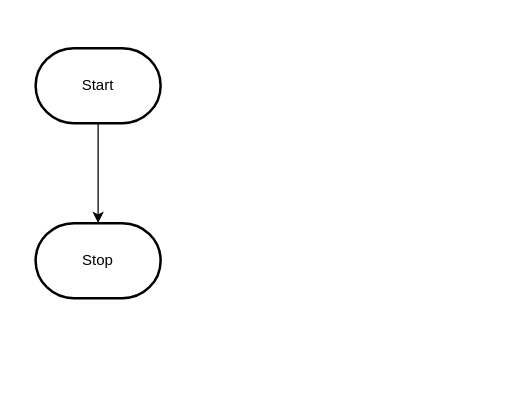
This is design/flowchart.drawio from MTHS-ICS2O-2-2022/ICS2O-Unit-6-03-timbradyy, a draw.io file, before an edit. Source tidied: cells renumbered, new cells numbered last; positions are measured from the earlier drawing's top-left corner, leaving out a move shared by most shapes. Both pictures are drawn from the tidied source at 125%, with x=0, y=0 at pixel (35, 48).
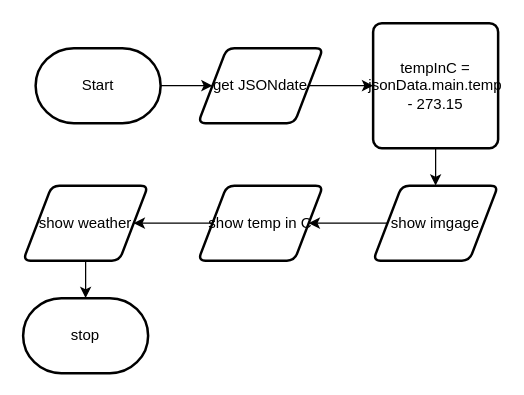
The same diagram, later.

Diff of the diagram source:
```diff
@@
 <mxGraphModel>
   <root>
     <mxCell id="0" />
     <mxCell id="1" parent="0" />
-    <mxCell id="2" style="edgeStyle=orthogonalEdgeStyle;html=1;rounded=0;" parent="1" edge="1" source="3" target="4">
+    <mxCell id="2" style="edgeStyle=orthogonalEdgeStyle;html=1;rounded=0;" parent="1" edge="1" source="3" target="6">
       <mxGeometry relative="1" as="geometry" />
     </mxCell>
     <mxCell id="3" value="Start" style="strokeWidth=2;html=1;shape=mxgraph.flowchart.terminator;whiteSpace=wrap;" parent="1" vertex="1">
       <mxGeometry width="100" height="60" as="geometry" />
     </mxCell>
-    <mxCell id="4" value="Stop" style="strokeWidth=2;html=1;shape=mxgraph.flowchart.terminator;whiteSpace=wrap;" parent="1" vertex="1">
-      <mxGeometry y="140" width="100" height="60" as="geometry" />
-    </mxCell>
+    <mxCell id="5" style="edgeStyle=orthogonalEdgeStyle;shape=connector;rounded=0;html=1;exitX=1;exitY=0.5;exitDx=0;exitDy=0;entryX=0;entryY=0.5;entryDx=0;entryDy=0;labelBackgroundColor=default;strokeColor=default;fontFamily=Helvetica;fontSize=11;fontColor=default;endArrow=classic;" parent="1" edge="1" source="6" target="8">
+      <mxGeometry relative="1" as="geometry" />
+    </mxCell>
+    <mxCell id="6" value="get JSONdate" style="shape=parallelogram;html=1;strokeWidth=2;perimeter=parallelogramPerimeter;whiteSpace=wrap;rounded=1;arcSize=12;size=0.23;" parent="1" vertex="1">
+      <mxGeometry x="130" width="100" height="60" as="geometry" />
+    </mxCell>
+    <mxCell id="7" style="edgeStyle=orthogonalEdgeStyle;shape=connector;rounded=0;html=1;exitX=0.5;exitY=1;exitDx=0;exitDy=0;entryX=0.5;entryY=0;entryDx=0;entryDy=0;labelBackgroundColor=default;strokeColor=default;fontFamily=Helvetica;fontSize=11;fontColor=default;endArrow=classic;" parent="1" edge="1" source="8" target="10">
+      <mxGeometry relative="1" as="geometry" />
+    </mxCell>
+    <mxCell id="8" value="tempInC = jsonData.main.temp - 273.15" style="rounded=1;whiteSpace=wrap;html=1;absoluteArcSize=1;arcSize=14;strokeWidth=2;" parent="1" vertex="1">
+      <mxGeometry x="270" y="-20" width="100" height="100" as="geometry" />
+    </mxCell>
+    <mxCell id="9" style="edgeStyle=orthogonalEdgeStyle;shape=connector;rounded=0;html=1;exitX=0;exitY=0.5;exitDx=0;exitDy=0;entryX=1;entryY=0.5;entryDx=0;entryDy=0;labelBackgroundColor=default;strokeColor=default;fontFamily=Helvetica;fontSize=11;fontColor=default;endArrow=classic;" parent="1" edge="1" source="10" target="12">
+      <mxGeometry relative="1" as="geometry" />
+    </mxCell>
+    <mxCell id="10" value="show imgage" style="shape=parallelogram;html=1;strokeWidth=2;perimeter=parallelogramPerimeter;whiteSpace=wrap;rounded=1;arcSize=12;size=0.23;" parent="1" vertex="1">
+      <mxGeometry x="270" y="110" width="100" height="60" as="geometry" />
+    </mxCell>
+    <mxCell id="11" style="edgeStyle=orthogonalEdgeStyle;shape=connector;rounded=0;html=1;exitX=0;exitY=0.5;exitDx=0;exitDy=0;entryX=1;entryY=0.5;entryDx=0;entryDy=0;labelBackgroundColor=default;strokeColor=default;fontFamily=Helvetica;fontSize=11;fontColor=default;endArrow=classic;" parent="1" edge="1" source="12" target="14">
+      <mxGeometry relative="1" as="geometry" />
+    </mxCell>
+    <mxCell id="12" value="show temp in C" style="shape=parallelogram;html=1;strokeWidth=2;perimeter=parallelogramPerimeter;whiteSpace=wrap;rounded=1;arcSize=12;size=0.23;" parent="1" vertex="1">
+      <mxGeometry x="130" y="110" width="100" height="60" as="geometry" />
+    </mxCell>
+    <mxCell id="13" style="edgeStyle=orthogonalEdgeStyle;shape=connector;rounded=0;html=1;exitX=0.5;exitY=1;exitDx=0;exitDy=0;entryX=0.5;entryY=0;entryDx=0;entryDy=0;entryPerimeter=0;labelBackgroundColor=default;strokeColor=default;fontFamily=Helvetica;fontSize=11;fontColor=default;endArrow=classic;" parent="1" edge="1" source="14" target="15">
+      <mxGeometry relative="1" as="geometry" />
+    </mxCell>
+    <mxCell id="14" value="show weather" style="shape=parallelogram;html=1;strokeWidth=2;perimeter=parallelogramPerimeter;whiteSpace=wrap;rounded=1;arcSize=12;size=0.23;" parent="1" vertex="1">
+      <mxGeometry x="-10" y="110" width="100" height="60" as="geometry" />
+    </mxCell>
+    <mxCell id="15" value="stop" style="strokeWidth=2;html=1;shape=mxgraph.flowchart.terminator;whiteSpace=wrap;" parent="1" vertex="1">
+      <mxGeometry x="-10" y="200" width="100" height="60" as="geometry" />
+    </mxCell>
   </root>
 </mxGraphModel>
```
